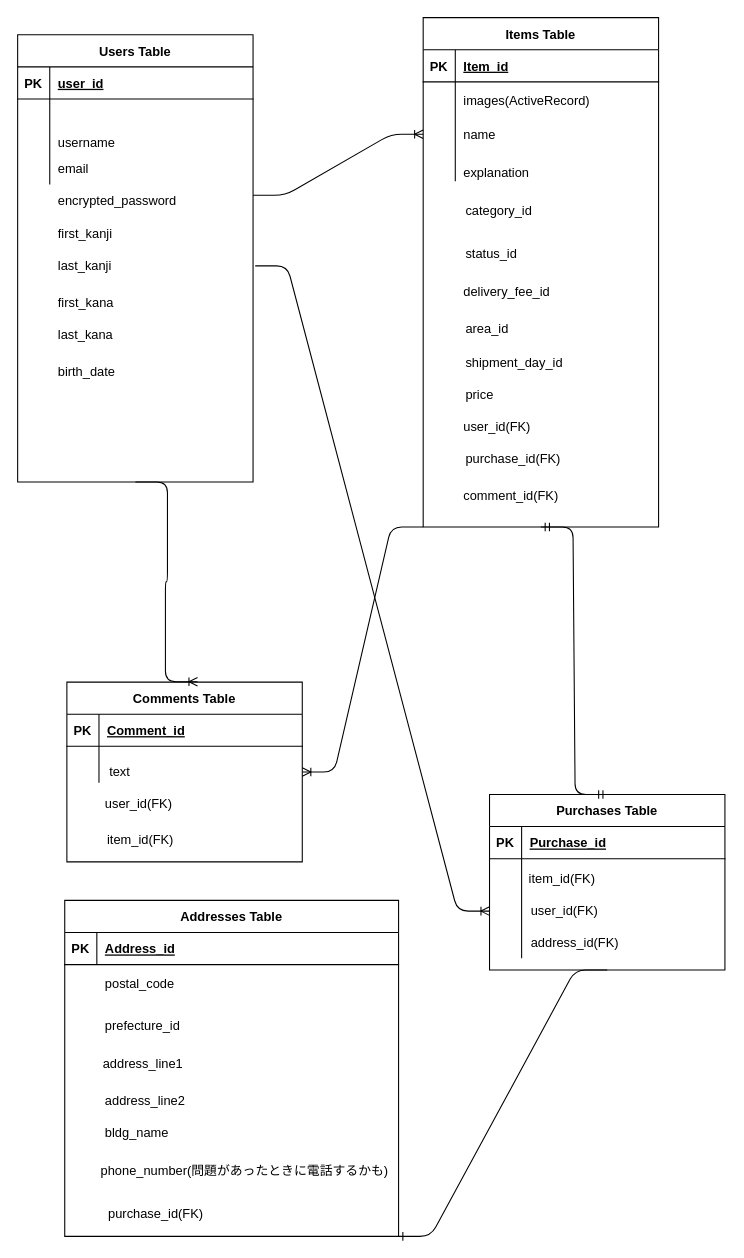
This is furima.drawio from hiroonrails/furima-34323, a draw.io file, before an edit. Source tidied: cells renumbered, new cells numbered last; positions are measured from the earlier drawing's top-left corner, leaving out a move shared by most shapes. Both pictures are drawn from the tidied source at 107%, with x=0, y=0 at pixel (17, 17).
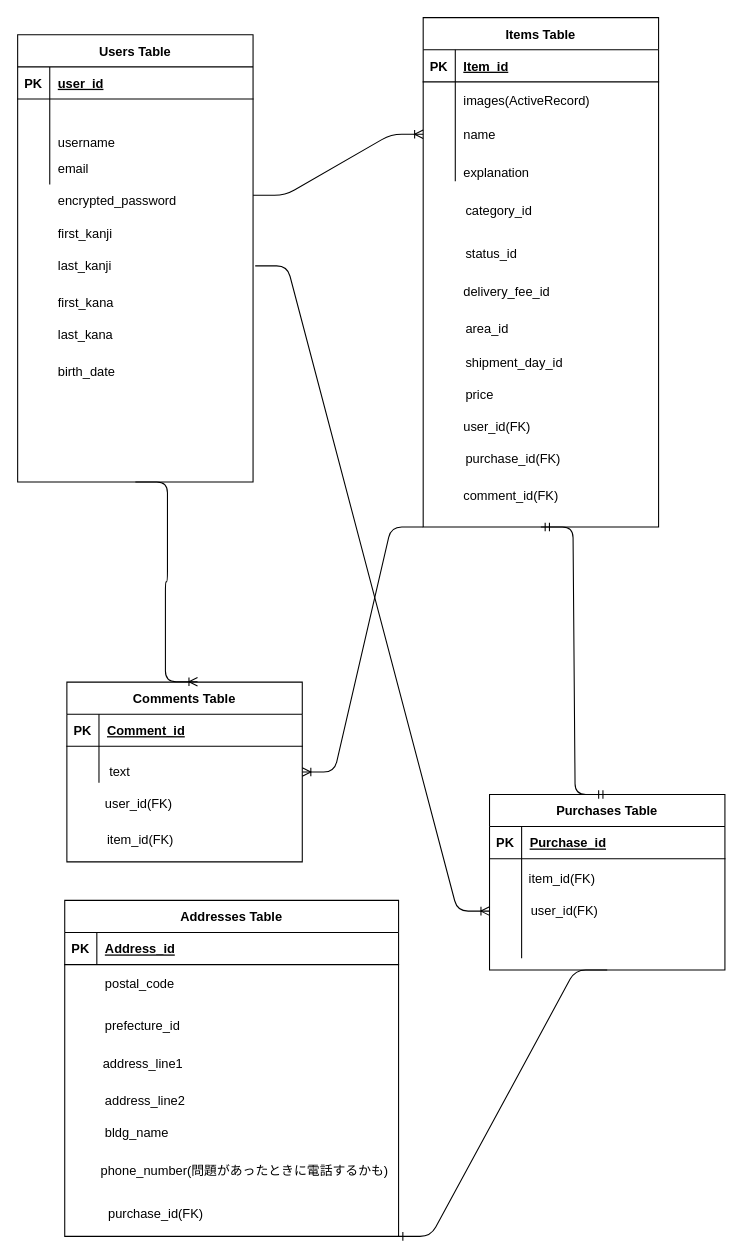
The same diagram, later.

Commit message (it also covers changes not shown here):
DB設計(修正4回目)

Change to the diagram source:
```diff
@@
-    <mxCell id="85" value="address_id(FK)" style="shape=partialRectangle;fillColor=none;top=0;left=0;bottom=0;right=0;align=left;spacingLeft=6;overflow=hidden;" parent="1" vertex="1">
-      <mxGeometry x="472" y="849" width="190" height="30" as="geometry" />
-    </mxCell>
```
